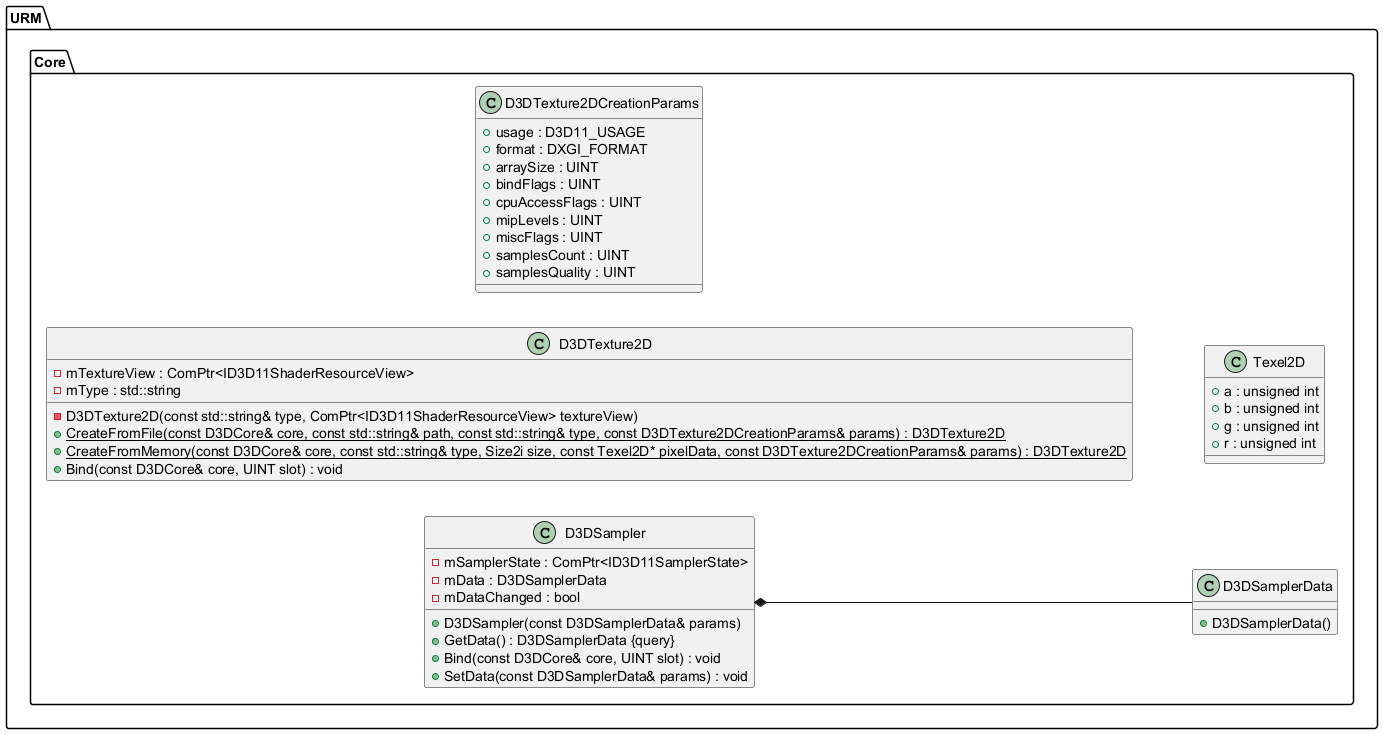
Above: Latex/images/UML/texture.png in MinikPLayer/MasterThesis_UniversalRenderingModule_D3D11 (PlantUML), before the change.
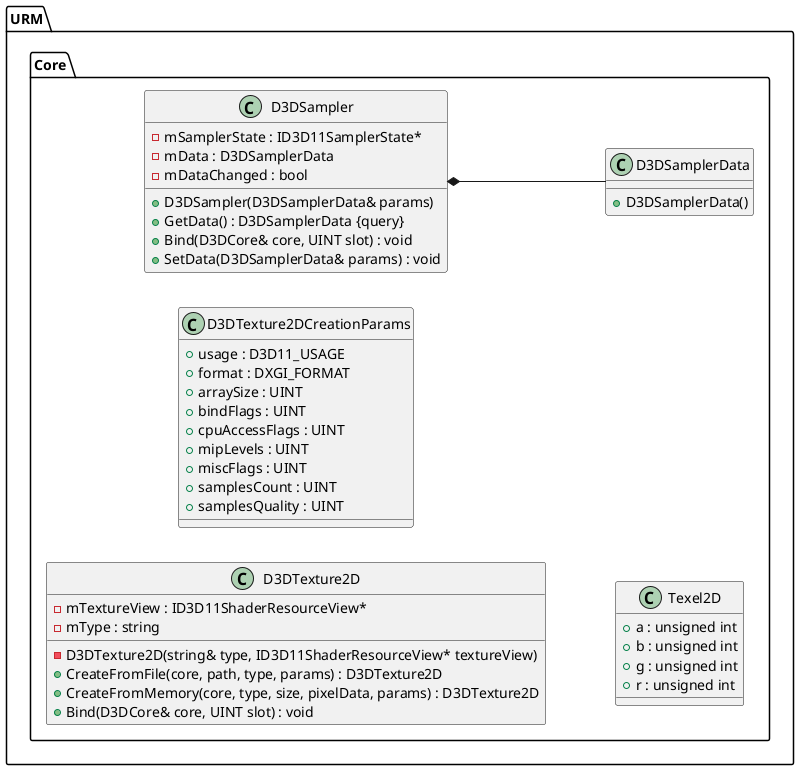
Above is the later version.

Diff of the diagram source:
```diff
@@ -9,22 +9,22 @@
 namespace URM {
 	namespace Core {
 		class D3DSampler {
-			+D3DSampler(const D3DSamplerData& params)
-			-mSamplerState : ComPtr<ID3D11SamplerState>
+			+D3DSampler(D3DSamplerData& params)
+			-mSamplerState : ID3D11SamplerState*
 			+GetData() : D3DSamplerData {query}
 			-mData : D3DSamplerData
 			-mDataChanged : bool
-			+Bind(const D3DCore& core, UINT slot) : void
-			+SetData(const D3DSamplerData& params) : void
+			+Bind(D3DCore& core, UINT slot) : void
+			+SetData(D3DSamplerData& params) : void
 		}
 
 		class D3DTexture2D {
-			-D3DTexture2D(const std::string& type, ComPtr<ID3D11ShaderResourceView> textureView)
-			-mTextureView : ComPtr<ID3D11ShaderResourceView>
-			+{static} CreateFromFile(const D3DCore& core, const std::string& path, const std::string& type, const D3DTexture2DCreationParams& params) : D3DTexture2D
-			+{static} CreateFromMemory(const D3DCore& core, const std::string& type, Size2i size, const Texel2D* pixelData, const D3DTexture2DCreationParams& params) : D3DTexture2D
-			-mType : std::string
-			+Bind(const D3DCore& core, UINT slot) : void
+			-D3DTexture2D(string& type, ID3D11ShaderResourceView* textureView)
+			-mTextureView : ID3D11ShaderResourceView*
++CreateFromFile(core, path, type, params) : D3DTexture2D
++CreateFromMemory(core, type, size, pixelData, params) : D3DTexture2D
+			-mType : string
+			+Bind(D3DCore& core, UINT slot) : void
 		}
 
 		class D3DSamplerData {
```
